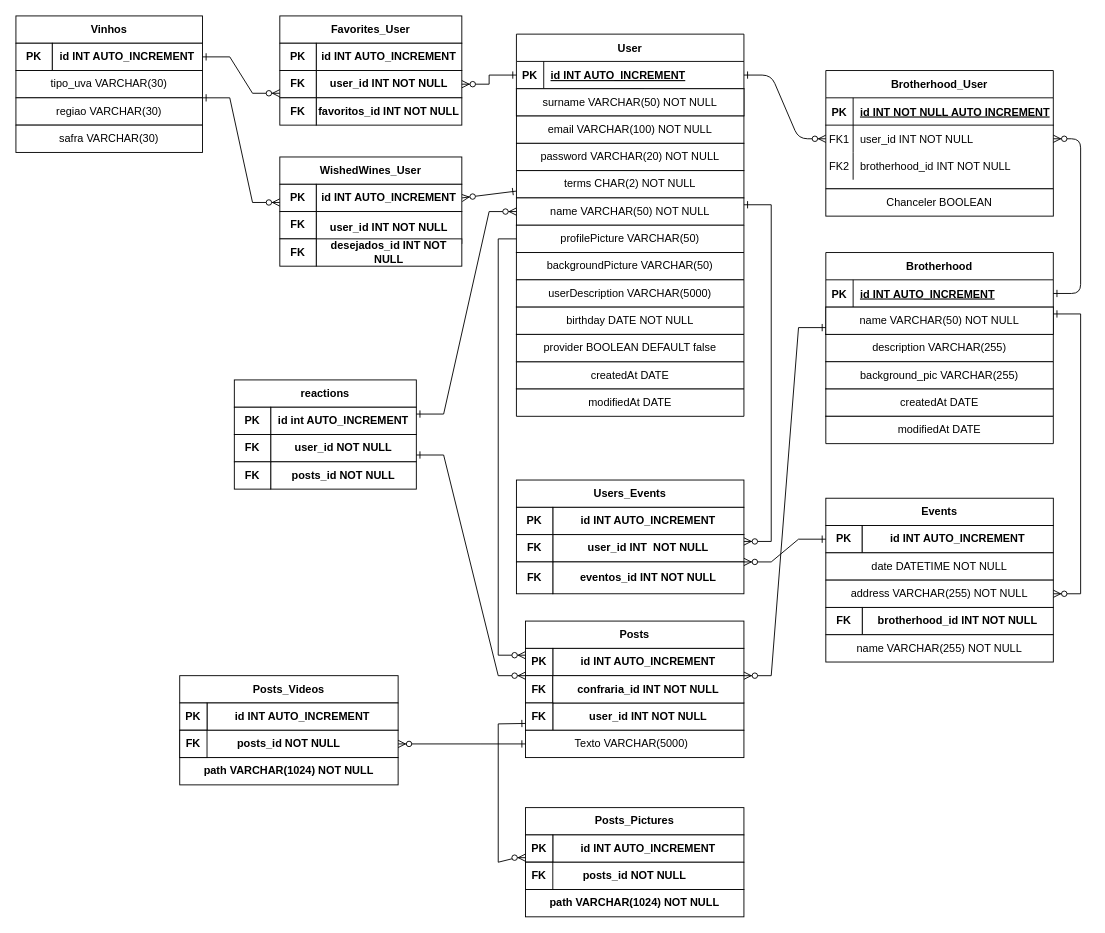
Before: ModeloBancoDeDados.drawio in jairocket/projetoIntegrador-Wined, a draw.io diagram. Source tidied: cells renumbered, new cells numbered last; positions are measured from the earlier drawing's top-left corner, leaving out a move shared by most shapes. Both pictures are drawn from the tidied source at 91%, with x=0, y=0 at pixel (15, 15).
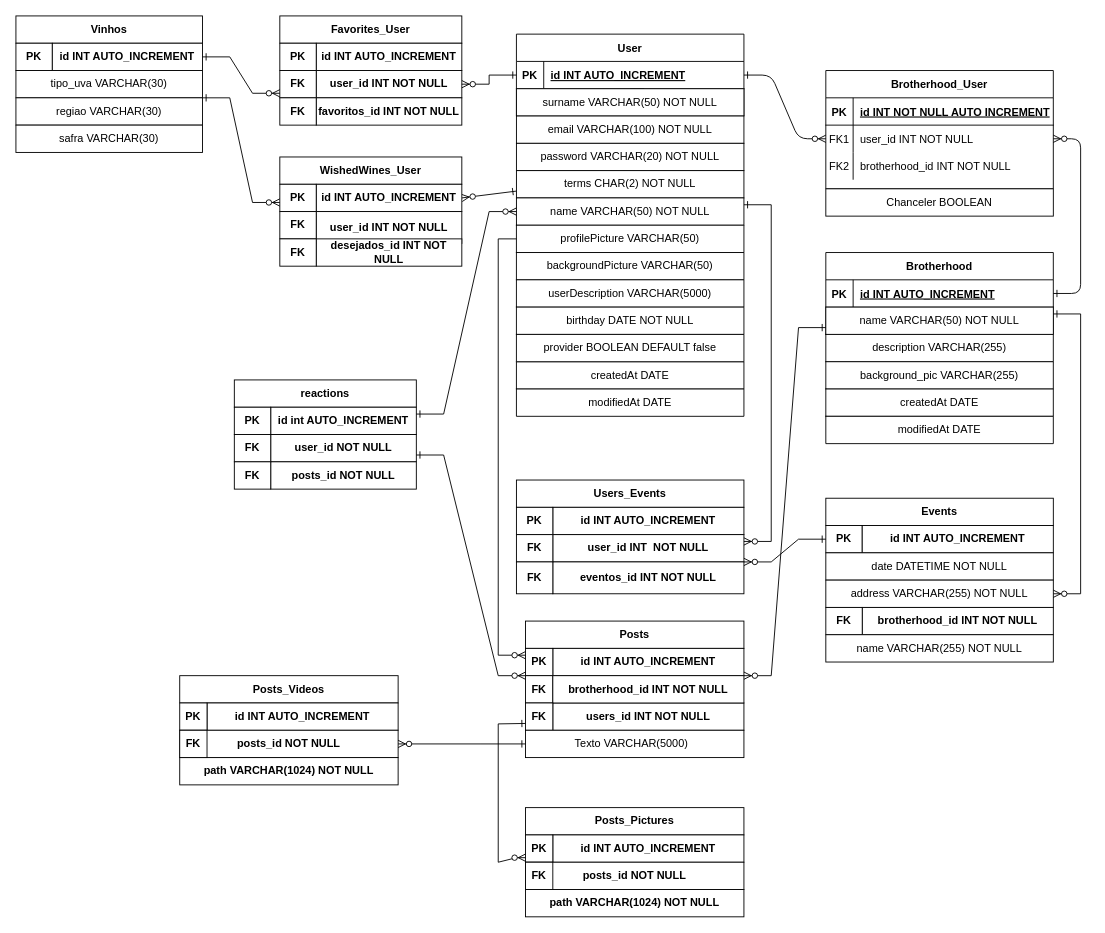
Above is the later version.

The edit, as a diff of the source:
```diff
@@
-    <mxCell id="44" value="&lt;b&gt;user_id INT NOT NULL&lt;/b&gt;" style="rounded=0;whiteSpace=wrap;html=1;" parent="1" vertex="1">
+    <mxCell id="44" value="&lt;b&gt;users_id INT NOT NULL&lt;/b&gt;" style="rounded=0;whiteSpace=wrap;html=1;" parent="1" vertex="1">
       <mxGeometry x="590" y="755" width="210" height="30" as="geometry" />
     </mxCell>
@@
-    <mxCell id="46" value="&lt;b&gt;confraria_id INT NOT NULL&lt;/b&gt;" style="rounded=0;whiteSpace=wrap;html=1;" parent="1" vertex="1">
+    <mxCell id="46" value="&lt;b&gt;brotherhood_id INT NOT NULL&lt;/b&gt;" style="rounded=0;whiteSpace=wrap;html=1;" parent="1" vertex="1">
       <mxGeometry x="590" y="725" width="210" height="30" as="geometry" />
     </mxCell>
```
